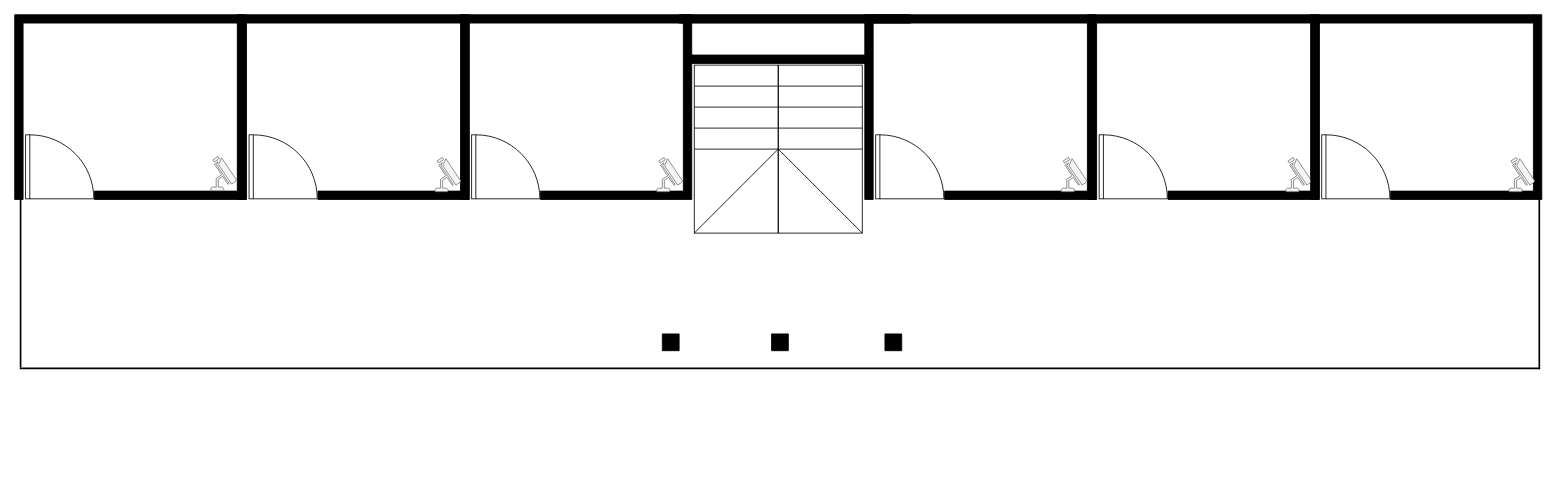
Earlier version of the draw.io diagram page "1st - floor" (4 of 4) of Diagram Tanpa Judul.drawio (mohammadrifanmushlih17/My-Project-Draw). Source tidied: cells renumbered, new cells numbered last; positions are measured from the earlier drawing's top-left corner, leaving out a move shared by most shapes. Both pictures are drawn from the tidied source at 84%, with x=0, y=0 at pixel (14, 14).
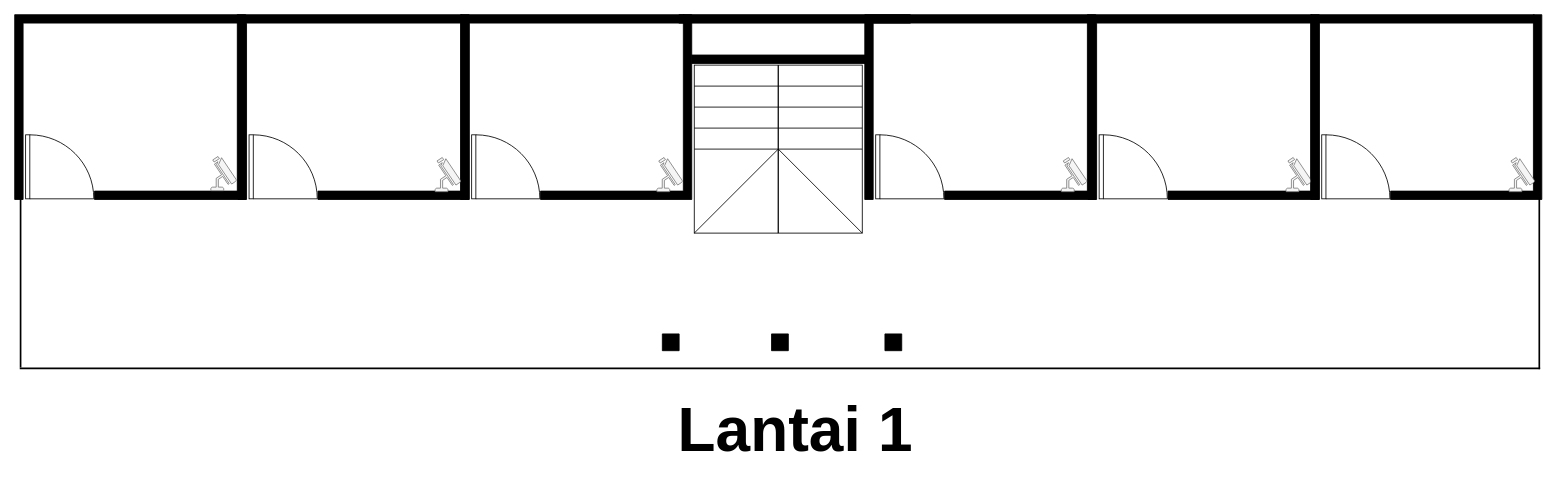
The same page after the edit.

The edit, as a diff of the source:
```diff
@@
+    <mxCell id="39" value="&lt;b&gt;Lantai 1&lt;/b&gt;" style="text;html=1;align=center;verticalAlign=middle;strokeColor=none;fillColor=none;fontSize=74;" parent="1" vertex="1">
+      <mxGeometry x="778.5" y="445" width="300" height="100" as="geometry" />
+    </mxCell>
```
